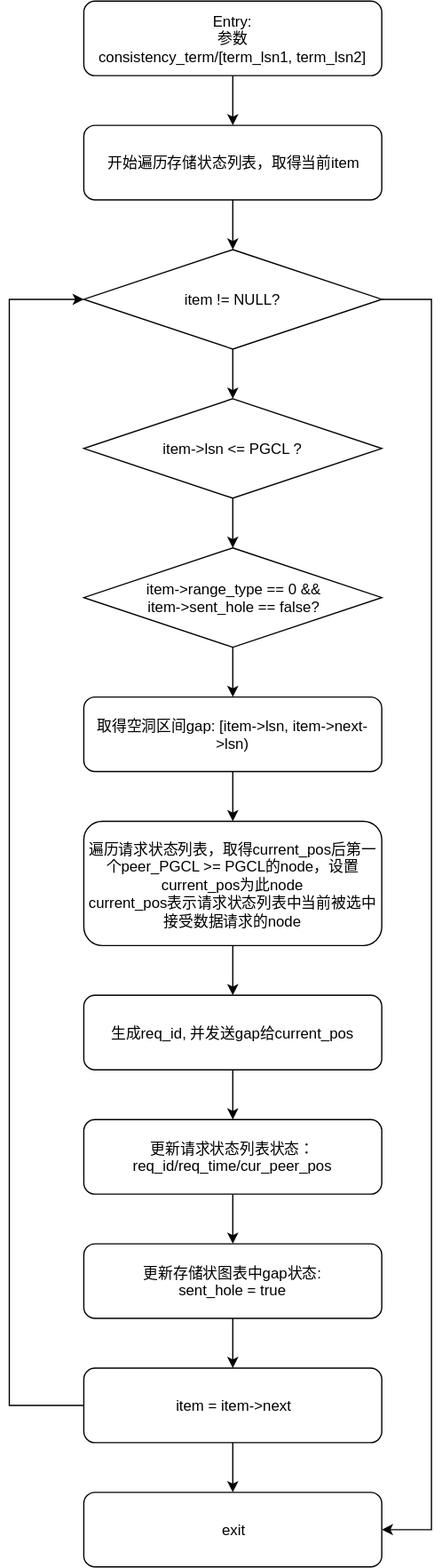
Before: attachments/1629428465960.drawio.svg, a diagram exported from draw.io (simbahebinbo/smallfat.github.io). Source tidied: cells renumbered, new cells last; positions are measured from the earlier drawing's top-left corner, leaving out a move shared by most shapes. Source of this version:
```xml
<mxGraphModel>
  <root>
    <mxCell id="0" />
    <mxCell id="1" parent="0" />
    <mxCell id="2" style="edgeStyle=orthogonalEdgeStyle;rounded=0;jettySize=auto;html=1;" parent="1" edge="1" source="3" target="5">
      <mxGeometry relative="1" as="geometry" />
    </mxCell>
    <mxCell id="3" value="Entry: &lt;br&gt;参数 &lt;br&gt;consistency_term/[term_lsn1, term_lsn2]" style="rounded=1;whiteSpace=wrap;html=1;" parent="1" vertex="1">
      <mxGeometry x="60" width="240" height="60" as="geometry" />
    </mxCell>
    <mxCell id="4" style="edgeStyle=orthogonalEdgeStyle;rounded=0;jettySize=auto;html=1;" parent="1" edge="1" source="5" target="16">
      <mxGeometry relative="1" as="geometry" />
    </mxCell>
    <mxCell id="5" value="开始遍历存储状态列表，取得当前item" style="rounded=1;whiteSpace=wrap;html=1;" parent="1" vertex="1">
      <mxGeometry x="60" y="100" width="240" height="60" as="geometry" />
    </mxCell>
    <mxCell id="6" style="edgeStyle=orthogonalEdgeStyle;rounded=0;jettySize=auto;html=1;" parent="1" edge="1" source="7" target="9">
      <mxGeometry relative="1" as="geometry" />
    </mxCell>
    <mxCell id="7" value="item-&amp;gt;lsn &amp;lt;= PGCL ?" style="rhombus;whiteSpace=wrap;html=1;" parent="1" vertex="1">
      <mxGeometry x="60" y="320" width="240" height="80" as="geometry" />
    </mxCell>
    <mxCell id="8" style="edgeStyle=orthogonalEdgeStyle;rounded=0;jettySize=auto;html=1;" parent="1" edge="1" source="9" target="11">
      <mxGeometry relative="1" as="geometry" />
    </mxCell>
    <mxCell id="9" value="item-&amp;gt;range_type == 0 &amp;amp;&amp;amp;&lt;br&gt;item-&amp;gt;sent_hole == false?" style="rhombus;whiteSpace=wrap;html=1;" parent="1" vertex="1">
      <mxGeometry x="60" y="440" width="240" height="80" as="geometry" />
    </mxCell>
    <mxCell id="10" style="edgeStyle=orthogonalEdgeStyle;rounded=0;jettySize=auto;html=1;" parent="1" edge="1" source="11" target="21">
      <mxGeometry relative="1" as="geometry" />
    </mxCell>
    <mxCell id="11" value="取得空洞区间gap: [item-&amp;gt;lsn, item-&amp;gt;next-&amp;gt;lsn)" style="rounded=1;whiteSpace=wrap;html=1;" parent="1" vertex="1">
      <mxGeometry x="60" y="560" width="240" height="60" as="geometry" />
    </mxCell>
    <mxCell id="12" style="edgeStyle=orthogonalEdgeStyle;rounded=0;jettySize=auto;html=1;" parent="1" edge="1" source="13" target="25">
      <mxGeometry relative="1" as="geometry" />
    </mxCell>
    <mxCell id="13" value="更新请求状态列表状态：req_id/req_time/cur_peer_pos" style="rounded=1;whiteSpace=wrap;html=1;" parent="1" vertex="1">
      <mxGeometry x="60" y="900" width="240" height="60" as="geometry" />
    </mxCell>
    <mxCell id="14" style="edgeStyle=orthogonalEdgeStyle;rounded=0;jettySize=auto;html=1;" parent="1" edge="1" source="16" target="7">
      <mxGeometry relative="1" as="geometry" />
    </mxCell>
    <mxCell id="15" style="edgeStyle=orthogonalEdgeStyle;rounded=0;jettySize=auto;html=1;exitX=1;exitY=0.5;exitDx=0;exitDy=0;entryX=1;entryY=0.5;entryDx=0;entryDy=0;" parent="1" edge="1" source="16" target="19">
      <mxGeometry relative="1" as="geometry">
        <Array as="points">
          <mxPoint x="340" y="240" />
          <mxPoint x="340" y="1230" />
        </Array>
      </mxGeometry>
    </mxCell>
    <mxCell id="16" value="item != NULL?" style="rhombus;whiteSpace=wrap;html=1;" parent="1" vertex="1">
      <mxGeometry x="60" y="200" width="240" height="80" as="geometry" />
    </mxCell>
    <mxCell id="17" style="edgeStyle=orthogonalEdgeStyle;rounded=0;jettySize=auto;html=1;" parent="1" edge="1" source="18" target="19">
      <mxGeometry relative="1" as="geometry" />
    </mxCell>
    <mxCell id="18" value="item = item-&amp;gt;next" style="rounded=1;whiteSpace=wrap;html=1;" parent="1" vertex="1">
      <mxGeometry x="60" y="1100" width="240" height="60" as="geometry" />
    </mxCell>
    <mxCell id="19" value="exit" style="rounded=1;whiteSpace=wrap;html=1;" parent="1" vertex="1">
      <mxGeometry x="60" y="1200" width="240" height="60" as="geometry" />
    </mxCell>
    <mxCell id="20" style="edgeStyle=orthogonalEdgeStyle;rounded=0;jettySize=auto;html=1;" parent="1" edge="1" source="21" target="23">
      <mxGeometry relative="1" as="geometry" />
    </mxCell>
    <mxCell id="21" value="遍历请求状态列表，取得current_pos后第一个peer_PGCL &amp;gt;= PGCL的node，设置current_pos为此node&lt;br&gt;current_pos表示请求状态列表中当前被选中接受数据请求的node" style="rounded=1;whiteSpace=wrap;html=1;" parent="1" vertex="1">
      <mxGeometry x="60" y="660" width="240" height="100" as="geometry" />
    </mxCell>
    <mxCell id="22" style="edgeStyle=orthogonalEdgeStyle;rounded=0;jettySize=auto;html=1;" parent="1" edge="1" source="23" target="13">
      <mxGeometry relative="1" as="geometry" />
    </mxCell>
    <mxCell id="23" value="生成req_id, 并发送gap给current_pos" style="rounded=1;whiteSpace=wrap;html=1;" parent="1" vertex="1">
      <mxGeometry x="60" y="800" width="240" height="60" as="geometry" />
    </mxCell>
    <mxCell id="24" style="edgeStyle=orthogonalEdgeStyle;rounded=0;jettySize=auto;html=1;" parent="1" edge="1" source="25" target="18">
      <mxGeometry relative="1" as="geometry" />
    </mxCell>
    <mxCell id="25" value="更新存储状图表中gap状态: &lt;br&gt;sent_hole = true" style="rounded=1;whiteSpace=wrap;html=1;" parent="1" vertex="1">
      <mxGeometry x="60" y="1000" width="240" height="60" as="geometry" />
    </mxCell>
    <mxCell id="26" style="edgeStyle=orthogonalEdgeStyle;rounded=0;jettySize=auto;html=1;exitX=0;exitY=0.5;exitDx=0;exitDy=0;entryX=0;entryY=0.5;entryDx=0;entryDy=0;" parent="1" edge="1" source="18" target="16">
      <mxGeometry relative="1" as="geometry">
        <Array as="points">
          <mxPoint y="1130" />
          <mxPoint y="240" />
        </Array>
      </mxGeometry>
    </mxCell>
  </root>
</mxGraphModel>
```
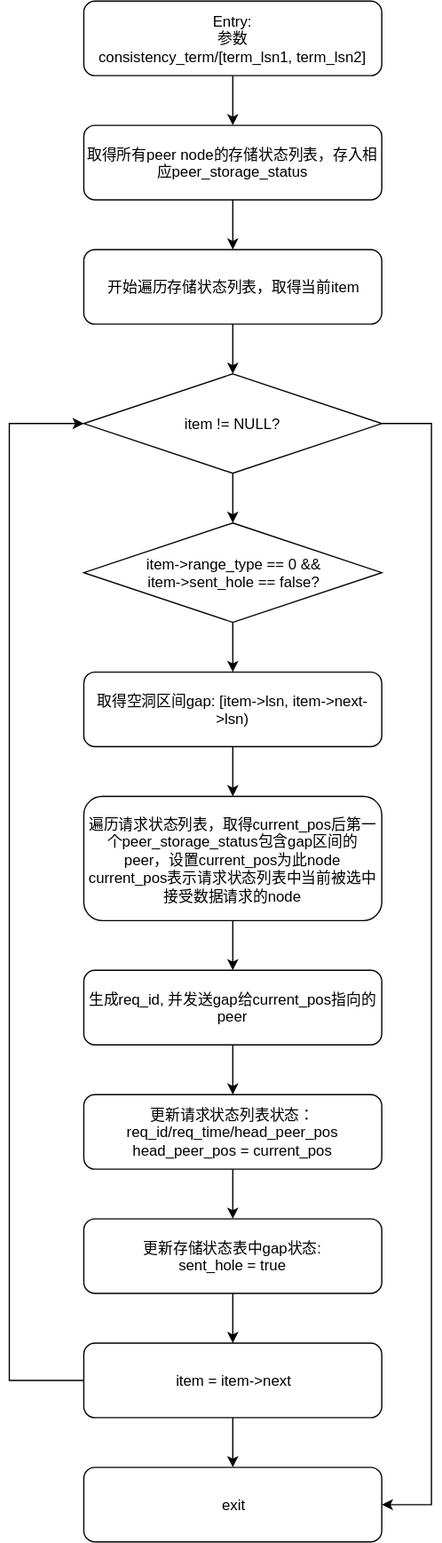
Later version of the same file.

Commit message:
添加附件 : attachments/1629428465960.drawio.svg

Change to the diagram source:
```diff
@@ -5,21 +5,15 @@
     <mxCell id="2" style="edgeStyle=orthogonalEdgeStyle;rounded=0;jettySize=auto;html=1;" parent="1" edge="1" source="3" target="5">
       <mxGeometry relative="1" as="geometry" />
     </mxCell>
-    <mxCell id="3" value="Entry: &lt;br&gt;参数 &lt;br&gt;consistency_term/[term_lsn1, term_lsn2]" style="rounded=1;whiteSpace=wrap;html=1;" parent="1" vertex="1">
-      <mxGeometry x="60" width="240" height="60" as="geometry" />
+    <mxCell id="3" value="取得所有peer node的存储状态列表，存入相应peer_storage_status" style="rounded=1;whiteSpace=wrap;html=1;" parent="1" vertex="1">
+      <mxGeometry x="60" y="120" width="240" height="60" as="geometry" />
     </mxCell>
     <mxCell id="4" style="edgeStyle=orthogonalEdgeStyle;rounded=0;jettySize=auto;html=1;" parent="1" edge="1" source="5" target="16">
       <mxGeometry relative="1" as="geometry" />
     </mxCell>
     <mxCell id="5" value="开始遍历存储状态列表，取得当前item" style="rounded=1;whiteSpace=wrap;html=1;" parent="1" vertex="1">
-      <mxGeometry x="60" y="100" width="240" height="60" as="geometry" />
+      <mxGeometry x="60" y="220" width="240" height="60" as="geometry" />
     </mxCell>
-    <mxCell id="6" style="edgeStyle=orthogonalEdgeStyle;rounded=0;jettySize=auto;html=1;" parent="1" edge="1" source="7" target="9">
-      <mxGeometry relative="1" as="geometry" />
-    </mxCell>
-    <mxCell id="7" value="item-&amp;gt;lsn &amp;lt;= PGCL ?" style="rhombus;whiteSpace=wrap;html=1;" parent="1" vertex="1">
-      <mxGeometry x="60" y="320" width="240" height="80" as="geometry" />
-    </mxCell>
     <mxCell id="8" style="edgeStyle=orthogonalEdgeStyle;rounded=0;jettySize=auto;html=1;" parent="1" edge="1" source="9" target="11">
       <mxGeometry relative="1" as="geometry" />
     </mxCell>
@@ -35,22 +29,24 @@
     <mxCell id="12" style="edgeStyle=orthogonalEdgeStyle;rounded=0;jettySize=auto;html=1;" parent="1" edge="1" source="13" target="25">
       <mxGeometry relative="1" as="geometry" />
     </mxCell>
-    <mxCell id="13" value="更新请求状态列表状态：req_id/req_time/cur_peer_pos" style="rounded=1;whiteSpace=wrap;html=1;" parent="1" vertex="1">
+    <mxCell id="13" value="更新请求状态列表状态：req_id/req_time/head_peer_pos&lt;br&gt;head_peer_pos = current_pos" style="rounded=1;whiteSpace=wrap;html=1;" parent="1" vertex="1">
       <mxGeometry x="60" y="900" width="240" height="60" as="geometry" />
     </mxCell>
-    <mxCell id="14" style="edgeStyle=orthogonalEdgeStyle;rounded=0;jettySize=auto;html=1;" parent="1" edge="1" source="16" target="7">
-      <mxGeometry relative="1" as="geometry" />
+    <mxCell id="14" style="edgeStyle=orthogonalEdgeStyle;rounded=0;jettySize=auto;html=1;" parent="1" edge="1" source="16">
+      <mxGeometry relative="1" as="geometry">
+        <mxPoint x="180" y="440" as="targetPoint" />
+      </mxGeometry>
     </mxCell>
     <mxCell id="15" style="edgeStyle=orthogonalEdgeStyle;rounded=0;jettySize=auto;html=1;exitX=1;exitY=0.5;exitDx=0;exitDy=0;entryX=1;entryY=0.5;entryDx=0;entryDy=0;" parent="1" edge="1" source="16" target="19">
       <mxGeometry relative="1" as="geometry">
         <Array as="points">
-          <mxPoint x="340" y="240" />
+          <mxPoint x="340" y="360" />
           <mxPoint x="340" y="1230" />
         </Array>
       </mxGeometry>
     </mxCell>
     <mxCell id="16" value="item != NULL?" style="rhombus;whiteSpace=wrap;html=1;" parent="1" vertex="1">
-      <mxGeometry x="60" y="200" width="240" height="80" as="geometry" />
+      <mxGeometry x="60" y="320" width="240" height="80" as="geometry" />
     </mxCell>
     <mxCell id="17" style="edgeStyle=orthogonalEdgeStyle;rounded=0;jettySize=auto;html=1;" parent="1" edge="1" source="18" target="19">
       <mxGeometry relative="1" as="geometry" />
@@ -64,28 +60,34 @@
     <mxCell id="20" style="edgeStyle=orthogonalEdgeStyle;rounded=0;jettySize=auto;html=1;" parent="1" edge="1" source="21" target="23">
       <mxGeometry relative="1" as="geometry" />
     </mxCell>
-    <mxCell id="21" value="遍历请求状态列表，取得current_pos后第一个peer_PGCL &amp;gt;= PGCL的node，设置current_pos为此node&lt;br&gt;current_pos表示请求状态列表中当前被选中接受数据请求的node" style="rounded=1;whiteSpace=wrap;html=1;" parent="1" vertex="1">
+    <mxCell id="21" value="遍历请求状态列表，取得current_pos后第一个peer_storage_status包含gap区间的peer，设置current_pos为此node&lt;br&gt;current_pos表示请求状态列表中当前被选中接受数据请求的node" style="rounded=1;whiteSpace=wrap;html=1;" parent="1" vertex="1">
       <mxGeometry x="60" y="660" width="240" height="100" as="geometry" />
     </mxCell>
     <mxCell id="22" style="edgeStyle=orthogonalEdgeStyle;rounded=0;jettySize=auto;html=1;" parent="1" edge="1" source="23" target="13">
       <mxGeometry relative="1" as="geometry" />
     </mxCell>
-    <mxCell id="23" value="生成req_id, 并发送gap给current_pos" style="rounded=1;whiteSpace=wrap;html=1;" parent="1" vertex="1">
+    <mxCell id="23" value="生成req_id, 并发送gap给current_pos指向的peer" style="rounded=1;whiteSpace=wrap;html=1;" parent="1" vertex="1">
       <mxGeometry x="60" y="800" width="240" height="60" as="geometry" />
     </mxCell>
     <mxCell id="24" style="edgeStyle=orthogonalEdgeStyle;rounded=0;jettySize=auto;html=1;" parent="1" edge="1" source="25" target="18">
       <mxGeometry relative="1" as="geometry" />
     </mxCell>
-    <mxCell id="25" value="更新存储状图表中gap状态: &lt;br&gt;sent_hole = true" style="rounded=1;whiteSpace=wrap;html=1;" parent="1" vertex="1">
+    <mxCell id="25" value="更新存储状态表中gap状态: &lt;br&gt;sent_hole = true" style="rounded=1;whiteSpace=wrap;html=1;" parent="1" vertex="1">
       <mxGeometry x="60" y="1000" width="240" height="60" as="geometry" />
     </mxCell>
     <mxCell id="26" style="edgeStyle=orthogonalEdgeStyle;rounded=0;jettySize=auto;html=1;exitX=0;exitY=0.5;exitDx=0;exitDy=0;entryX=0;entryY=0.5;entryDx=0;entryDy=0;" parent="1" edge="1" source="18" target="16">
       <mxGeometry relative="1" as="geometry">
         <Array as="points">
           <mxPoint y="1130" />
-          <mxPoint y="240" />
+          <mxPoint y="360" />
         </Array>
       </mxGeometry>
     </mxCell>
+    <mxCell id="27" style="edgeStyle=orthogonalEdgeStyle;rounded=0;jettySize=auto;html=1;" parent="1" edge="1" source="28" target="3">
+      <mxGeometry relative="1" as="geometry" />
+    </mxCell>
+    <mxCell id="28" value="Entry: &lt;br&gt;参数 &lt;br&gt;consistency_term/[term_lsn1, term_lsn2]" style="rounded=1;whiteSpace=wrap;html=1;" parent="1" vertex="1">
+      <mxGeometry x="60" y="20" width="240" height="60" as="geometry" />
+    </mxCell>
   </root>
 </mxGraphModel>
```
